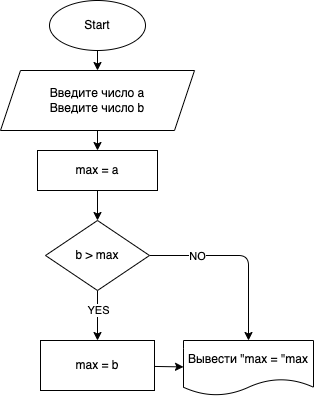
retedominus/TourC keeps this draw.io diagram as TourC#/ex002/ex002.drawio.png. Above is the earlier version. Source tidied: cells renumbered, new cells last; positions are measured from the earlier drawing's top-left corner, leaving out a move shared by most shapes.
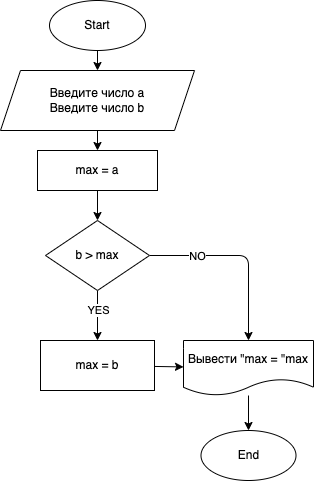
The same file after the commit.

Commit message:
Changing scheme

The edit, as a diff of the source:
```diff
@@ -35,6 +35,9 @@
     <mxCell id="10" value="b &amp;gt; max" style="rhombus;whiteSpace=wrap;html=1;sketch=0;" parent="1" vertex="1">
       <mxGeometry x="45" y="220" width="104" height="70" as="geometry" />
     </mxCell>
+    <mxCell id="16" style="edgeStyle=none;html=1;" parent="1" edge="1" source="11" target="17">
+      <mxGeometry relative="1" as="geometry" />
+    </mxCell>
     <mxCell id="11" value="Вывести &quot;max = &quot;max" style="shape=document;whiteSpace=wrap;html=1;boundedLbl=1;sketch=0;strokeColor=default;fillColor=default;" parent="1" vertex="1">
       <mxGeometry x="183" y="340" width="130" height="55" as="geometry" />
     </mxCell>
@@ -50,5 +53,8 @@
     <mxCell id="15" value="max = b" style="whiteSpace=wrap;html=1;sketch=0;" parent="1" vertex="1">
       <mxGeometry x="40" y="340" width="114" height="50" as="geometry" />
     </mxCell>
+    <mxCell id="17" value="End" style="ellipse;whiteSpace=wrap;html=1;sketch=0;" parent="1" vertex="1">
+      <mxGeometry x="200.5" y="430" width="95" height="50" as="geometry" />
+    </mxCell>
   </root>
 </mxGraphModel>
```
